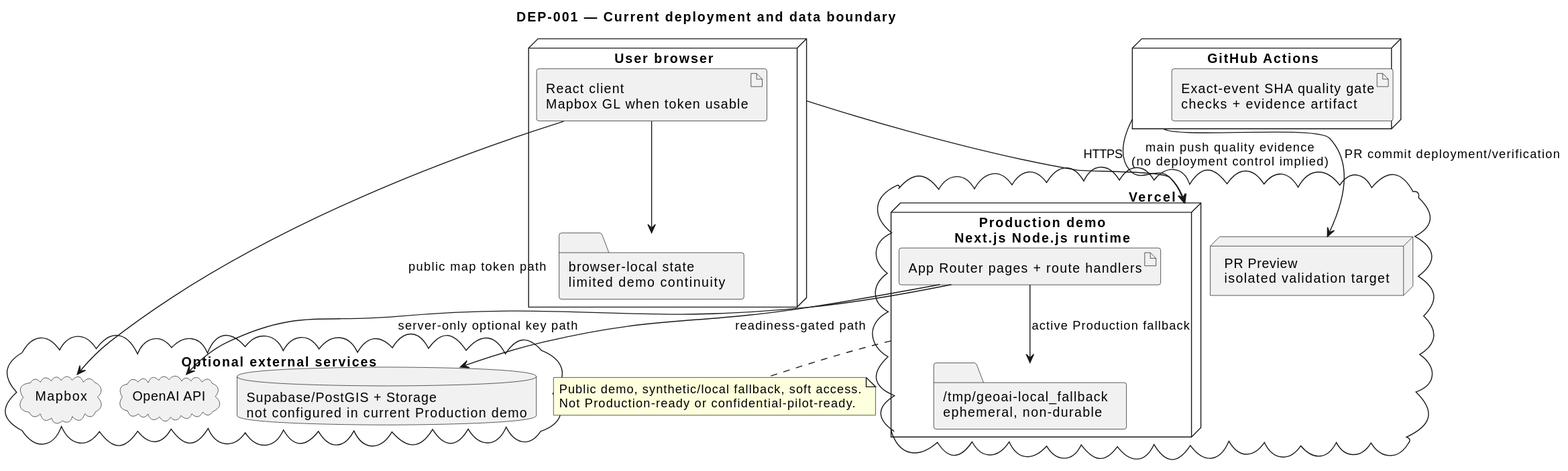
Earlier version of the PlantUML export docs/artifacts/rendered/DEP-001-current-deployment.svg (mmgolikov/geoai-mvp).
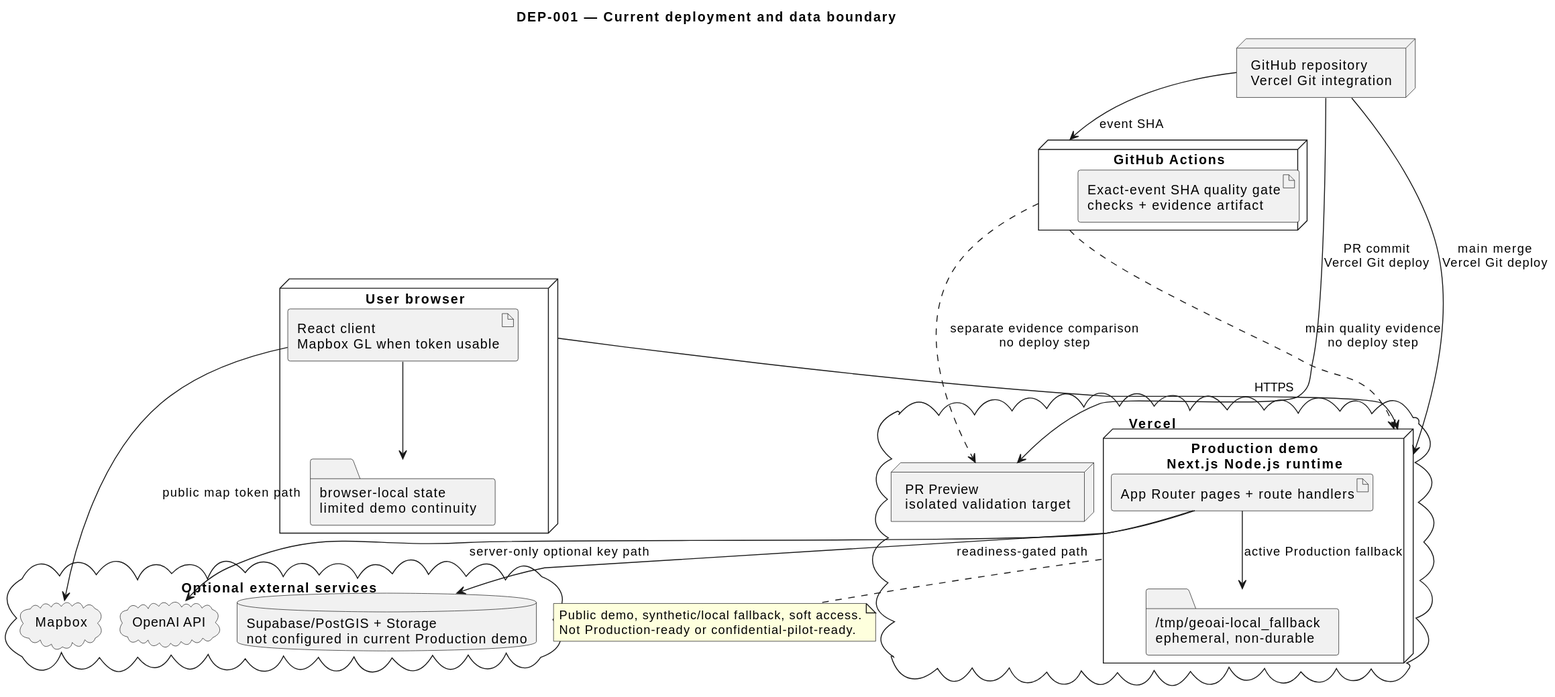
The same diagram one commit later.

What changed in the source:
```diff
@@ -24,6 +24,7 @@
 node "GitHub Actions" as CI {
   artifact "Exact-event SHA quality gate\nchecks + evidence artifact" as Gate
 }
+node "GitHub repository\nVercel Git integration" as Git
 
 Browser --> Production : HTTPS
 Client --> BrowserStore
@@ -31,8 +32,11 @@
 App --> OpenAI : server-only optional key path
 App --> Supabase : readiness-gated path
 App --> Tmp : active Production fallback
-CI --> Preview : PR commit deployment/verification
-CI --> Production : main push quality evidence\n(no deployment control implied)
+Git -down-> Preview : PR commit\nVercel Git deploy
+Git -down-> Production : main merge\nVercel Git deploy
+Git -down-> CI : event SHA
+CI ..down-> Preview : separate evidence comparison\nno deploy step
+CI ..down-> Production : main quality evidence\nno deploy step
 
 note bottom of Production
 Public demo, synthetic/local fallback, soft access.
```
